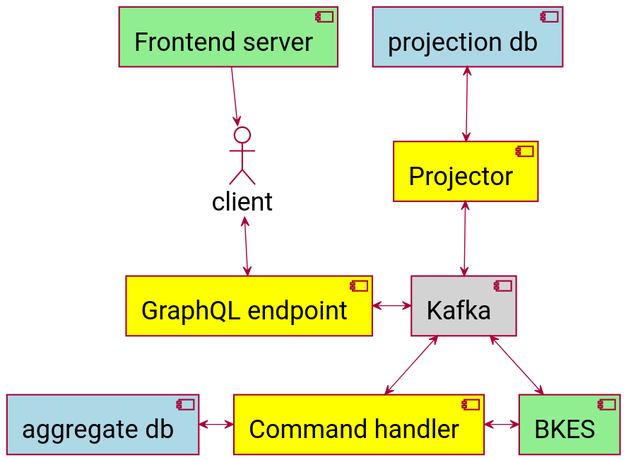
gklijs/bkes-demo keeps this PlantUML diagram as docs/overview.svg. Above is the earlier version.
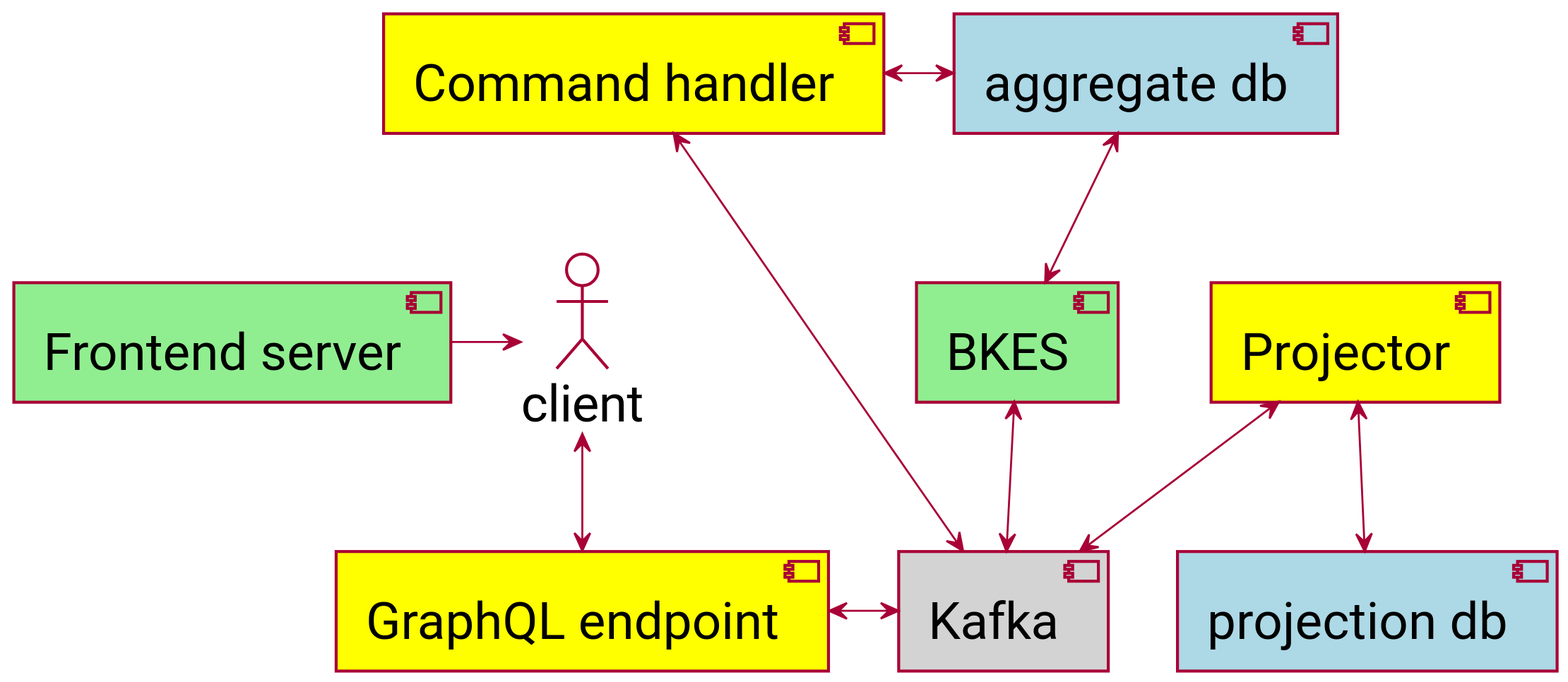
Later version of the same file.

Change to the diagram source:
```diff
@@ -14,12 +14,12 @@
 actor client as cl #White
 
 ge <-right-> ka
-cl <-up- fs
+cl <-left- fs
 cl <--> ge
-ch <-up-> ka
+ch <--> ka
 pr <--> ka
-ch <-left-> pgb
-pr <-up-> pgt
-ch <-right-> bk
-bk <-up-> ka
+ch <-right-> pgb
+pr <--> pgt
+pgb <--> bk
+bk <--> ka
 @enduml
```
